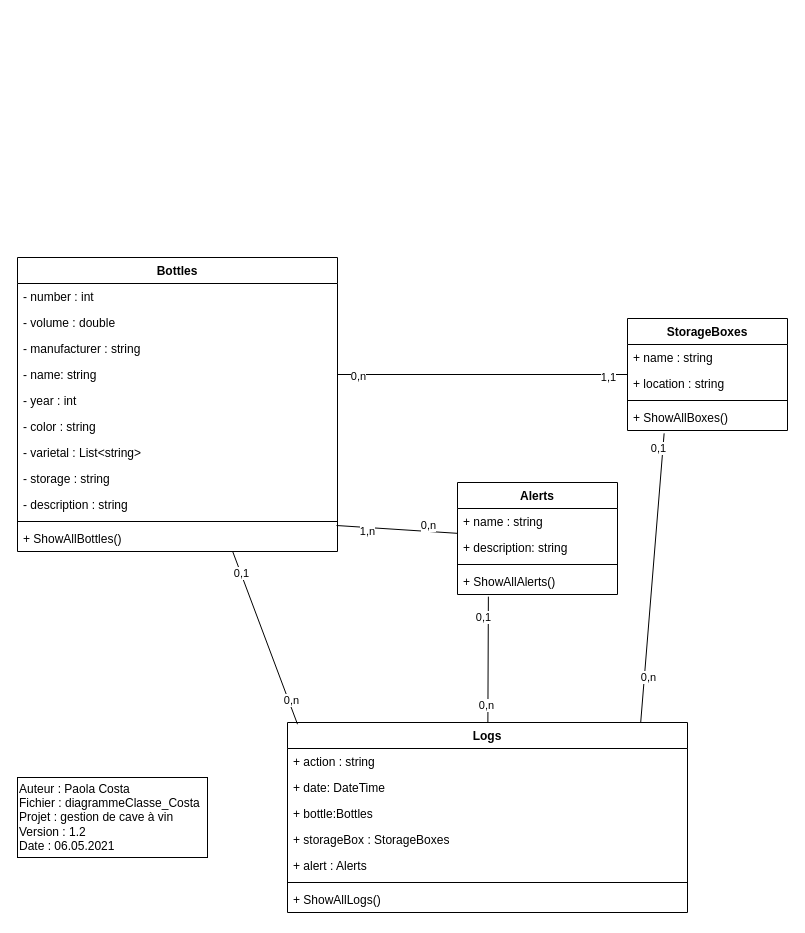
The draw.io diagram docs_avec_modification/diagrammes/diagrammeClasse_Costa.drawio in AhVen98/TPI_gestionCaveAVin, before the edit. Source tidied: cells renumbered, new cells numbered last; positions are measured from the earlier drawing's top-left corner, leaving out a move shared by most shapes. Both pictures are drawn from the tidied source at 100%, with x=0, y=0 at pixel (17, 257).
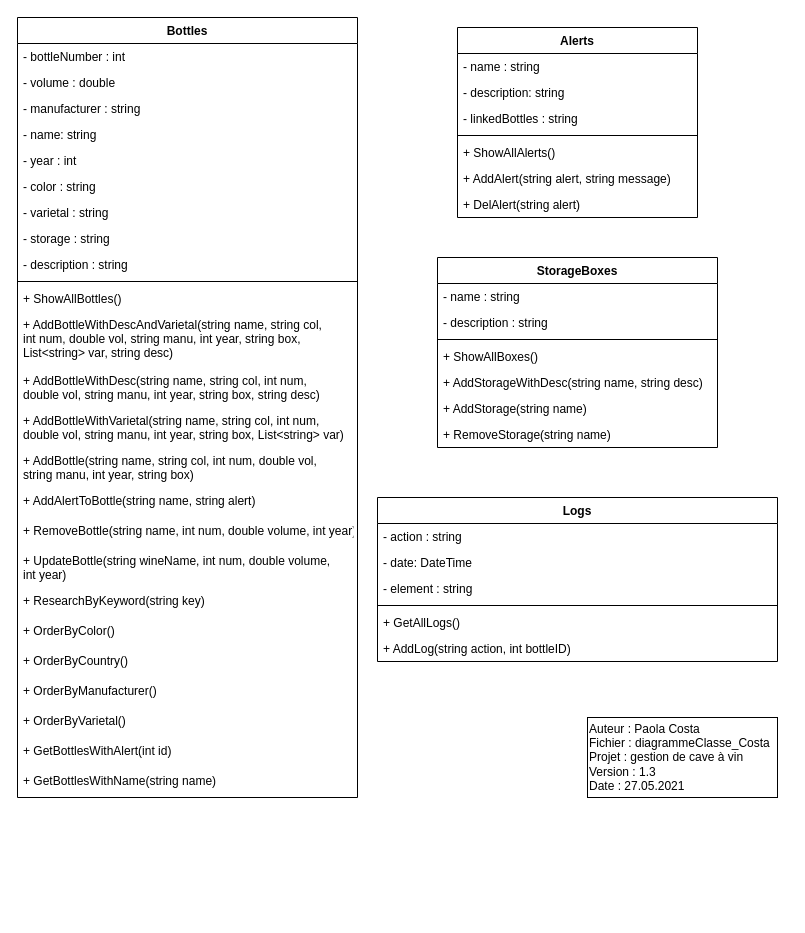
Above is the later version.

Commit message:
mise à jour du diagramme de classe

selon application

Change to the diagram source:
```diff
@@
-    <mxCell id="2" value="Auteur : Paola Costa&lt;br&gt;Fichier : diagrammeClasse_Costa&lt;br&gt;Projet : gestion de cave à vin&lt;br&gt;Version : 1.2&lt;br&gt;Date : 06.05.2021" style="rounded=0;whiteSpace=wrap;html=1;align=left;" parent="1" vertex="1">
-      <mxGeometry y="520" width="190" height="80" as="geometry" />
+    <mxCell id="2" value="Auteur : Paola Costa&lt;br&gt;Fichier : diagrammeClasse_Costa&lt;br&gt;Projet : gestion de cave à vin&lt;br&gt;Version : 1.3&lt;br&gt;Date : 27.05.2021" style="rounded=0;whiteSpace=wrap;html=1;align=left;" parent="1" vertex="1">
+      <mxGeometry x="570" y="460" width="190" height="80" as="geometry" />
     </mxCell>
     <mxCell id="3" value="Bottles" style="swimlane;fontStyle=1;align=center;verticalAlign=top;horizontal=1;startSize=26;" parent="1" vertex="1">
-      <mxGeometry width="320" height="294" as="geometry" />
+      <mxGeometry y="-240" width="340" height="780" as="geometry" />
     </mxCell>
-    <mxCell id="4" value="- number : int" style="text;strokeColor=none;fillColor=none;align=left;verticalAlign=top;spacingLeft=4;spacingRight=4;overflow=hidden;" parent="3" vertex="1">
-      <mxGeometry y="26" width="320" height="26" as="geometry" />
+    <mxCell id="4" value="- bottleNumber : int" style="text;strokeColor=none;fillColor=none;align=left;verticalAlign=top;spacingLeft=4;spacingRight=4;overflow=hidden;" parent="3" vertex="1">
+      <mxGeometry y="26" width="340" height="26" as="geometry" />
     </mxCell>
     <mxCell id="5" value="- volume : double " style="text;strokeColor=none;fillColor=none;align=left;verticalAlign=top;spacingLeft=4;spacingRight=4;overflow=hidden;" parent="3" vertex="1">
-      <mxGeometry y="52" width="320" height="26" as="geometry" />
+      <mxGeometry y="52" width="340" height="26" as="geometry" />
     </mxCell>
     <mxCell id="6" value="- manufacturer : string" style="text;strokeColor=none;fillColor=none;align=left;verticalAlign=top;spacingLeft=4;spacingRight=4;overflow=hidden;" parent="3" vertex="1">
-      <mxGeometry y="78" width="320" height="26" as="geometry" />
+      <mxGeometry y="78" width="340" height="26" as="geometry" />
     </mxCell>
     <mxCell id="7" value="- name: string" style="text;strokeColor=none;fillColor=none;align=left;verticalAlign=top;spacingLeft=4;spacingRight=4;overflow=hidden;points=[[0,0.5],[1,0.5]];portConstraint=eastwest;" parent="3" vertex="1">
-      <mxGeometry y="104" width="320" height="26" as="geometry" />
+      <mxGeometry y="104" width="340" height="26" as="geometry" />
     </mxCell>
     <mxCell id="8" value="- year : int" style="text;strokeColor=none;fillColor=none;align=left;verticalAlign=top;spacingLeft=4;spacingRight=4;overflow=hidden;" parent="3" vertex="1">
-      <mxGeometry y="130" width="320" height="26" as="geometry" />
+      <mxGeometry y="130" width="340" height="26" as="geometry" />
     </mxCell>
     <mxCell id="9" value="- color : string" style="text;strokeColor=none;fillColor=none;align=left;verticalAlign=top;spacingLeft=4;spacingRight=4;overflow=hidden;" parent="3" vertex="1">
-      <mxGeometry y="156" width="320" height="26" as="geometry" />
+      <mxGeometry y="156" width="340" height="26" as="geometry" />
     </mxCell>
-    <mxCell id="10" value="- varietal : List&lt;string&gt;" style="text;strokeColor=none;fillColor=none;align=left;verticalAlign=top;spacingLeft=4;spacingRight=4;overflow=hidden;" parent="3" vertex="1">
-      <mxGeometry y="182" width="320" height="26" as="geometry" />
+    <mxCell id="10" value="- varietal : string" style="text;strokeColor=none;fillColor=none;align=left;verticalAlign=top;spacingLeft=4;spacingRight=4;overflow=hidden;" parent="3" vertex="1">
+      <mxGeometry y="182" width="340" height="26" as="geometry" />
     </mxCell>
     <mxCell id="11" value="- storage : string" style="text;strokeColor=none;fillColor=none;align=left;verticalAlign=top;spacingLeft=4;spacingRight=4;overflow=hidden;" parent="3" vertex="1">
-      <mxGeometry y="208" width="320" height="26" as="geometry" />
+      <mxGeometry y="208" width="340" height="26" as="geometry" />
     </mxCell>
     <mxCell id="12" value="- description : string" style="text;strokeColor=none;fillColor=none;align=left;verticalAlign=top;spacingLeft=4;spacingRight=4;overflow=hidden;" parent="3" vertex="1">
-      <mxGeometry y="234" width="320" height="26" as="geometry" />
+      <mxGeometry y="234" width="340" height="26" as="geometry" />
     </mxCell>
     <mxCell id="13" style="line;strokeWidth=1;fillColor=none;align=left;verticalAlign=middle;spacingTop=-1;spacingLeft=3;spacingRight=3;labelPosition=right;" parent="3" vertex="1">
-      <mxGeometry y="260" width="320" height="8" as="geometry" />
+      <mxGeometry y="260" width="340" height="8" as="geometry" />
     </mxCell>
+    <mxCell id="48" value="+ ShowAllBottles()" style="text;strokeColor=none;fillColor=none;align=left;verticalAlign=top;spacingLeft=4;spacingRight=4;overflow=hidden;" parent="3" vertex="1">
+      <mxGeometry y="268" width="340" height="26" as="geometry" />
+    </mxCell>
+    <mxCell id="49" value="+ AddBottleWithDescAndVarietal(string name, string col, &#10;int num, double vol, string manu, int year, string box, &#10;List&lt;string&gt; var, string desc)" style="text;strokeColor=none;fillColor=none;align=left;verticalAlign=top;spacingLeft=4;spacingRight=4;overflow=hidden;" parent="3" vertex="1">
+      <mxGeometry y="294" width="340" height="56" as="geometry" />
+    </mxCell>
+    <mxCell id="50" value="+ AddBottleWithDesc(string name, string col, int num, &#10;double vol, string manu, int year, string box, string desc)" style="text;strokeColor=none;fillColor=none;align=left;verticalAlign=top;spacingLeft=4;spacingRight=4;overflow=hidden;" parent="3" vertex="1">
+      <mxGeometry y="350" width="340" height="40" as="geometry" />
+    </mxCell>
+    <mxCell id="51" value="+ AddBottleWithVarietal(string name, string col, int num, &#10;double vol, string manu, int year, string box, List&lt;string&gt; var)" style="text;strokeColor=none;fillColor=none;align=left;verticalAlign=top;spacingLeft=4;spacingRight=4;overflow=hidden;" parent="3" vertex="1">
+      <mxGeometry y="390" width="340" height="40" as="geometry" />
+    </mxCell>
+    <mxCell id="52" value="+ AddBottle(string name, string col, int num, double vol, &#10;string manu, int year, string box)" style="text;strokeColor=none;fillColor=none;align=left;verticalAlign=top;spacingLeft=4;spacingRight=4;overflow=hidden;" parent="3" vertex="1">
+      <mxGeometry y="430" width="340" height="40" as="geometry" />
+    </mxCell>
+    <mxCell id="53" value="+ AddAlertToBottle(string name, string alert)" style="text;strokeColor=none;fillColor=none;align=left;verticalAlign=top;spacingLeft=4;spacingRight=4;overflow=hidden;" parent="3" vertex="1">
+      <mxGeometry y="470" width="340" height="30" as="geometry" />
+    </mxCell>
+    <mxCell id="54" value="+ RemoveBottle(string name, int num, double volume, int year)" style="text;strokeColor=none;fillColor=none;align=left;verticalAlign=top;spacingLeft=4;spacingRight=4;overflow=hidden;" parent="3" vertex="1">
+      <mxGeometry y="500" width="340" height="30" as="geometry" />
+    </mxCell>
+    <mxCell id="55" value="+ UpdateBottle(string wineName, int num, double volume, &#10;int year)" style="text;strokeColor=none;fillColor=none;align=left;verticalAlign=top;spacingLeft=4;spacingRight=4;overflow=hidden;" parent="3" vertex="1">
+      <mxGeometry y="530" width="340" height="40" as="geometry" />
+    </mxCell>
+    <mxCell id="56" value="+ ResearchByKeyword(string key)" style="text;strokeColor=none;fillColor=none;align=left;verticalAlign=top;spacingLeft=4;spacingRight=4;overflow=hidden;" parent="3" vertex="1">
+      <mxGeometry y="570" width="340" height="30" as="geometry" />
+    </mxCell>
+    <mxCell id="57" value="+ OrderByColor()" style="text;strokeColor=none;fillColor=none;align=left;verticalAlign=top;spacingLeft=4;spacingRight=4;overflow=hidden;" parent="3" vertex="1">
+      <mxGeometry y="600" width="340" height="30" as="geometry" />
+    </mxCell>
+    <mxCell id="58" value="+ OrderByCountry()" style="text;strokeColor=none;fillColor=none;align=left;verticalAlign=top;spacingLeft=4;spacingRight=4;overflow=hidden;" parent="3" vertex="1">
+      <mxGeometry y="630" width="340" height="30" as="geometry" />
+    </mxCell>
+    <mxCell id="59" value="+ OrderByManufacturer()" style="text;strokeColor=none;fillColor=none;align=left;verticalAlign=top;spacingLeft=4;spacingRight=4;overflow=hidden;" parent="3" vertex="1">
+      <mxGeometry y="660" width="340" height="30" as="geometry" />
+    </mxCell>
+    <mxCell id="60" value="+ OrderByVarietal()" style="text;strokeColor=none;fillColor=none;align=left;verticalAlign=top;spacingLeft=4;spacingRight=4;overflow=hidden;" parent="3" vertex="1">
+      <mxGeometry y="690" width="340" height="30" as="geometry" />
+    </mxCell>
+    <mxCell id="61" value="+ GetBottlesWithAlert(int id)" style="text;strokeColor=none;fillColor=none;align=left;verticalAlign=top;spacingLeft=4;spacingRight=4;overflow=hidden;" parent="3" vertex="1">
+      <mxGeometry y="720" width="340" height="30" as="geometry" />
+    </mxCell>
-    <mxCell id="14" value="+ ShowAllBottles()" style="text;strokeColor=none;fillColor=none;align=left;verticalAlign=top;spacingLeft=4;spacingRight=4;overflow=hidden;" parent="3" vertex="1">
-      <mxGeometry y="268" width="320" height="26" as="geometry" />
+    <mxCell id="14" value="+ GetBottlesWithName(string name)" style="text;strokeColor=none;fillColor=none;align=left;verticalAlign=top;spacingLeft=4;spacingRight=4;overflow=hidden;" parent="3" vertex="1">
+      <mxGeometry y="750" width="340" height="30" as="geometry" />
     </mxCell>
     <mxCell id="15" value="StorageBoxes" style="swimlane;fontStyle=1;align=center;verticalAlign=top;horizontal=1;startSize=26;" parent="1" vertex="1">
-      <mxGeometry x="610" y="61" width="160" height="112" as="geometry" />
+      <mxGeometry x="420" width="280" height="190" as="geometry" />
     </mxCell>
-    <mxCell id="16" value="+ name : string" style="text;strokeColor=none;fillColor=none;align=left;verticalAlign=top;spacingLeft=4;spacingRight=4;overflow=hidden;" parent="15" vertex="1">
-      <mxGeometry y="26" width="160" height="26" as="geometry" />
+    <mxCell id="16" value="- name : string" style="text;strokeColor=none;fillColor=none;align=left;verticalAlign=top;spacingLeft=4;spacingRight=4;overflow=hidden;" parent="15" vertex="1">
+      <mxGeometry y="26" width="280" height="26" as="geometry" />
     </mxCell>
-    <mxCell id="17" value="+ location : string" style="text;strokeColor=none;fillColor=none;align=left;verticalAlign=top;spacingLeft=4;spacingRight=4;overflow=hidden;" parent="15" vertex="1">
-      <mxGeometry y="52" width="160" height="26" as="geometry" />
+    <mxCell id="17" value="- description : string" style="text;strokeColor=none;fillColor=none;align=left;verticalAlign=top;spacingLeft=4;spacingRight=4;overflow=hidden;" parent="15" vertex="1">
+      <mxGeometry y="52" width="280" height="26" as="geometry" />
     </mxCell>
     <mxCell id="18" style="line;strokeWidth=1;fillColor=none;align=left;verticalAlign=middle;spacingTop=-1;spacingLeft=3;spacingRight=3;labelPosition=right;" parent="15" vertex="1">
-      <mxGeometry y="78" width="160" height="8" as="geometry" />
+      <mxGeometry y="78" width="280" height="8" as="geometry" />
     </mxCell>
+    <mxCell id="62" value="+ ShowAllBoxes()" style="text;strokeColor=none;fillColor=none;align=left;verticalAlign=top;spacingLeft=4;spacingRight=4;overflow=hidden;" parent="15" vertex="1">
+      <mxGeometry y="86" width="280" height="26" as="geometry" />
+    </mxCell>
+    <mxCell id="63" value="+ AddStorageWithDesc(string name, string desc)" style="text;strokeColor=none;fillColor=none;align=left;verticalAlign=top;spacingLeft=4;spacingRight=4;overflow=hidden;" parent="15" vertex="1">
+      <mxGeometry y="112" width="280" height="26" as="geometry" />
+    </mxCell>
+    <mxCell id="64" value="+ AddStorage(string name)" style="text;strokeColor=none;fillColor=none;align=left;verticalAlign=top;spacingLeft=4;spacingRight=4;overflow=hidden;" parent="15" vertex="1">
+      <mxGeometry y="138" width="280" height="26" as="geometry" />
+    </mxCell>
-    <mxCell id="19" value="+ ShowAllBoxes()" style="text;strokeColor=none;fillColor=none;align=left;verticalAlign=top;spacingLeft=4;spacingRight=4;overflow=hidden;points=[[0,0.5],[1,0.5]];portConstraint=eastwest;" parent="15" vertex="1">
-      <mxGeometry y="86" width="160" height="26" as="geometry" />
+    <mxCell id="19" value="+ RemoveStorage(string name)" style="text;strokeColor=none;fillColor=none;align=left;verticalAlign=top;spacingLeft=4;spacingRight=4;overflow=hidden;points=[[0,0.5],[1,0.5]];portConstraint=eastwest;" parent="15" vertex="1">
+      <mxGeometry y="164" width="280" height="26" as="geometry" />
     </mxCell>
     <mxCell id="20" value="Alerts" style="swimlane;fontStyle=1;align=center;verticalAlign=top;horizontal=1;startSize=26;" parent="1" vertex="1">
-      <mxGeometry x="440" y="225" width="160" height="112" as="geometry" />
+      <mxGeometry x="440" y="-230" width="240" height="190" as="geometry" />
     </mxCell>
-    <mxCell id="21" value="+ name : string" style="text;strokeColor=none;fillColor=none;align=left;verticalAlign=top;spacingLeft=4;spacingRight=4;overflow=hidden;" parent="20" vertex="1">
-      <mxGeometry y="26" width="160" height="26" as="geometry" />
+    <mxCell id="21" value="- name : string" style="text;strokeColor=none;fillColor=none;align=left;verticalAlign=top;spacingLeft=4;spacingRight=4;overflow=hidden;" parent="20" vertex="1">
+      <mxGeometry y="26" width="240" height="26" as="geometry" />
     </mxCell>
+    <mxCell id="65" value="- description: string" style="text;strokeColor=none;fillColor=none;align=left;verticalAlign=top;spacingLeft=4;spacingRight=4;overflow=hidden;" parent="20" vertex="1">
+      <mxGeometry y="52" width="240" height="26" as="geometry" />
+    </mxCell>
-    <mxCell id="22" value="+ description: string" style="text;strokeColor=none;fillColor=none;align=left;verticalAlign=top;spacingLeft=4;spacingRight=4;overflow=hidden;" parent="20" vertex="1">
-      <mxGeometry y="52" width="160" height="26" as="geometry" />
+    <mxCell id="22" value="- linkedBottles : string" style="text;strokeColor=none;fillColor=none;align=left;verticalAlign=top;spacingLeft=4;spacingRight=4;overflow=hidden;" parent="20" vertex="1">
+      <mxGeometry y="78" width="240" height="26" as="geometry" />
     </mxCell>
     <mxCell id="23" style="line;strokeWidth=1;fillColor=none;align=left;verticalAlign=middle;spacingTop=-1;spacingLeft=3;spacingRight=3;labelPosition=right;" parent="20" vertex="1">
-      <mxGeometry y="78" width="160" height="8" as="geometry" />
+      <mxGeometry y="104" width="240" height="8" as="geometry" />
     </mxCell>
+    <mxCell id="66" value="+ ShowAllAlerts()" style="text;strokeColor=none;fillColor=none;align=left;verticalAlign=top;spacingLeft=4;spacingRight=4;overflow=hidden;" parent="20" vertex="1">
+      <mxGeometry y="112" width="240" height="26" as="geometry" />
+    </mxCell>
+    <mxCell id="67" value="+ AddAlert(string alert, string message)" style="text;strokeColor=none;fillColor=none;align=left;verticalAlign=top;spacingLeft=4;spacingRight=4;overflow=hidden;" parent="20" vertex="1">
+      <mxGeometry y="138" width="240" height="26" as="geometry" />
+    </mxCell>
-    <mxCell id="24" value="+ ShowAllAlerts()" style="text;strokeColor=none;fillColor=none;align=left;verticalAlign=top;spacingLeft=4;spacingRight=4;overflow=hidden;points=[[0,0.5],[1,0.5]];portConstraint=eastwest;" parent="20" vertex="1">
-      <mxGeometry y="86" width="160" height="26" as="geometry" />
+    <mxCell id="24" value="+ DelAlert(string alert)" style="text;strokeColor=none;fillColor=none;align=left;verticalAlign=top;spacingLeft=4;spacingRight=4;overflow=hidden;points=[[0,0.5],[1,0.5]];portConstraint=eastwest;" parent="20" vertex="1">
+      <mxGeometry y="164" width="240" height="26" as="geometry" />
     </mxCell>
     <mxCell id="25" value="Logs" style="swimlane;fontStyle=1;align=center;verticalAlign=top;horizontal=1;startSize=26;" parent="1" vertex="1">
-      <mxGeometry x="270" y="465" width="400" height="190" as="geometry" />
+      <mxGeometry x="360" y="240" width="400" height="164" as="geometry" />
     </mxCell>
-    <mxCell id="26" value="+ action : string" style="text;strokeColor=none;fillColor=none;align=left;verticalAlign=top;spacingLeft=4;spacingRight=4;overflow=hidden;" parent="25" vertex="1">
+    <mxCell id="26" value="- action : string" style="text;strokeColor=none;fillColor=none;align=left;verticalAlign=top;spacingLeft=4;spacingRight=4;overflow=hidden;" parent="25" vertex="1">
       <mxGeometry y="26" width="400" height="26" as="geometry" />
     </mxCell>
-    <mxCell id="27" value="+ date: DateTime" style="text;strokeColor=none;fillColor=none;align=left;verticalAlign=top;spacingLeft=4;spacingRight=4;overflow=hidden;" parent="25" vertex="1">
+    <mxCell id="27" value="- date: DateTime" style="text;strokeColor=none;fillColor=none;align=left;verticalAlign=top;spacingLeft=4;spacingRight=4;overflow=hidden;" parent="25" vertex="1">
       <mxGeometry y="52" width="400" height="26" as="geometry" />
     </mxCell>
-    <mxCell id="28" value="+ bottle:Bottles" style="text;strokeColor=none;fillColor=none;align=left;verticalAlign=top;spacingLeft=4;spacingRight=4;overflow=hidden;" parent="25" vertex="1">
-      <mxGeometry y="78" width="400" height="26" as="geometry" />
-    </mxCell>
-    <mxCell id="29" value="+ storageBox : StorageBoxes" style="text;strokeColor=none;fillColor=none;align=left;verticalAlign=top;spacingLeft=4;spacingRight=4;overflow=hidden;" parent="25" vertex="1">
-      <mxGeometry y="104" width="400" height="26" as="geometry" />
-    </mxCell>
-    <mxCell id="30" value="+ alert : Alerts" style="text;strokeColor=none;fillColor=none;align=left;verticalAlign=top;spacingLeft=4;spacingRight=4;overflow=hidden;" parent="25" vertex="1">
-      <mxGeometry y="130" width="400" height="26" as="geometry" />
+    <mxCell id="30" value="- element : string" style="text;strokeColor=none;fillColor=none;align=left;verticalAlign=top;spacingLeft=4;spacingRight=4;overflow=hidden;" parent="25" vertex="1">
+      <mxGeometry y="78" width="400" height="26" as="geometry" />
     </mxCell>
     <mxCell id="31" style="line;strokeWidth=1;fillColor=none;align=left;verticalAlign=middle;spacingTop=-1;spacingLeft=3;spacingRight=3;labelPosition=right;" parent="25" vertex="1">
-      <mxGeometry y="156" width="400" height="8" as="geometry" />
+      <mxGeometry y="104" width="400" height="8" as="geometry" />
     </mxCell>
+    <mxCell id="68" value="+ GetAllLogs()" style="text;strokeColor=none;fillColor=none;align=left;verticalAlign=top;spacingLeft=4;spacingRight=4;overflow=hidden;" parent="25" vertex="1">
+      <mxGeometry y="112" width="400" height="26" as="geometry" />
+    </mxCell>
-    <mxCell id="32" value="+ ShowAllLogs()" style="text;strokeColor=none;fillColor=none;align=left;verticalAlign=top;spacingLeft=4;spacingRight=4;overflow=hidden;" parent="25" vertex="1">
-      <mxGeometry y="164" width="400" height="26" as="geometry" />
+    <mxCell id="32" value="+ AddLog(string action, int bottleID) " style="text;strokeColor=none;fillColor=none;align=left;verticalAlign=top;spacingLeft=4;spacingRight=4;overflow=hidden;" parent="25" vertex="1">
+      <mxGeometry y="138" width="400" height="26" as="geometry" />
     </mxCell>
-    <mxCell id="33" style="endArrow=none;html=1;exitX=1;exitY=0.5;exitDx=0;exitDy=0;" parent="1" edge="1" source="7" target="15">
-      <mxGeometry relative="1" as="geometry" />
-    </mxCell>
-    <mxCell id="34" value="1,1" style="edgeLabel;html=1;align=center;verticalAlign=middle;" parent="33" vertex="1">
-      <mxGeometry x="-0.79" y="-2" relative="1" as="geometry">
-        <mxPoint x="240" as="offset" />
-      </mxGeometry>
-    </mxCell>
-    <mxCell id="35" value="0,n" style="edgeLabel;html=1;align=center;verticalAlign=middle;" parent="33" vertex="1">
-      <mxGeometry x="0.86" y="-1" relative="1" as="geometry">
-        <mxPoint x="-250" as="offset" />
-      </mxGeometry>
-    </mxCell>
-    <mxCell id="36" style="endArrow=none;html=1;exitX=0.025;exitY=0.009;exitDx=0;exitDy=0;exitPerimeter=0;" parent="1" edge="1" source="25" target="3">
-      <mxGeometry relative="1" as="geometry" />
-    </mxCell>
-    <mxCell id="37" value="0,1" style="edgeLabel;html=1;align=center;verticalAlign=middle;" parent="36" vertex="1">
-      <mxGeometry x="0.75" relative="1" as="geometry" />
-    </mxCell>
-    <mxCell id="38" value="0,n" style="edgeLabel;html=1;align=center;verticalAlign=middle;" parent="36" vertex="1">
-      <mxGeometry x="-0.74" y="-2" relative="1" as="geometry">
-        <mxPoint y="-1" as="offset" />
-      </mxGeometry>
-    </mxCell>
-    <mxCell id="39" style="endArrow=none;html=1;entryX=0.229;entryY=1.109;entryDx=0;entryDy=0;entryPerimeter=0;exitX=0.883;exitY=0;exitDx=0;exitDy=0;exitPerimeter=0;" parent="1" edge="1" source="25" target="19">
-      <mxGeometry relative="1" as="geometry" />
-    </mxCell>
-    <mxCell id="40" value="0,n" style="edgeLabel;html=1;align=center;verticalAlign=middle;" parent="39" vertex="1">
-      <mxGeometry x="0.88" y="-1" relative="1" as="geometry">
-        <mxPoint x="-16.2" y="226.4" as="offset" />
-      </mxGeometry>
-    </mxCell>
-    <mxCell id="41" value="0,1" style="edgeLabel;html=1;align=center;verticalAlign=middle;" parent="39" vertex="1">
-      <mxGeometry x="-0.83" relative="1" as="geometry">
-        <mxPoint x="14.8" y="-250" as="offset" />
-      </mxGeometry>
-    </mxCell>
-    <mxCell id="42" style="endArrow=none;html=1;entryX=0.193;entryY=1.083;entryDx=0;entryDy=0;entryPerimeter=0;" parent="1" edge="1" source="25" target="24">
-      <mxGeometry relative="1" as="geometry" />
-    </mxCell>
-    <mxCell id="43" value="0,n" style="edgeLabel;html=1;align=center;verticalAlign=middle;" parent="42" vertex="1">
-      <mxGeometry x="0.52" y="-4" relative="1" as="geometry">
-        <mxPoint x="-6.1" y="78.3" as="offset" />
-      </mxGeometry>
-    </mxCell>
-    <mxCell id="44" value="0,1" style="edgeLabel;html=1;align=center;verticalAlign=middle;" parent="42" vertex="1">
-      <mxGeometry x="-0.59" relative="1" as="geometry">
-        <mxPoint x="-5" y="-79.4" as="offset" />
-      </mxGeometry>
-    </mxCell>
-    <mxCell id="45" style="endArrow=none;html=1;exitX=1;exitY=0.5;exitDx=0;exitDy=0;" parent="1" edge="1" target="20">
-      <mxGeometry relative="1" as="geometry">
-        <mxPoint x="319" y="268" as="sourcePoint" />
-      </mxGeometry>
-    </mxCell>
-    <mxCell id="46" value="0,n" style="edgeLabel;html=1;align=center;verticalAlign=middle;" parent="45" vertex="1">
-      <mxGeometry x="-0.77" y="1" relative="1" as="geometry">
-        <mxPoint x="77.5" as="offset" />
-      </mxGeometry>
-    </mxCell>
-    <mxCell id="47" value="1,n" style="edgeLabel;html=1;align=center;verticalAlign=middle;" parent="45" vertex="1">
-      <mxGeometry x="0.76" y="1" relative="1" as="geometry">
-        <mxPoint x="-76.7" as="offset" />
-      </mxGeometry>
-    </mxCell>
```
